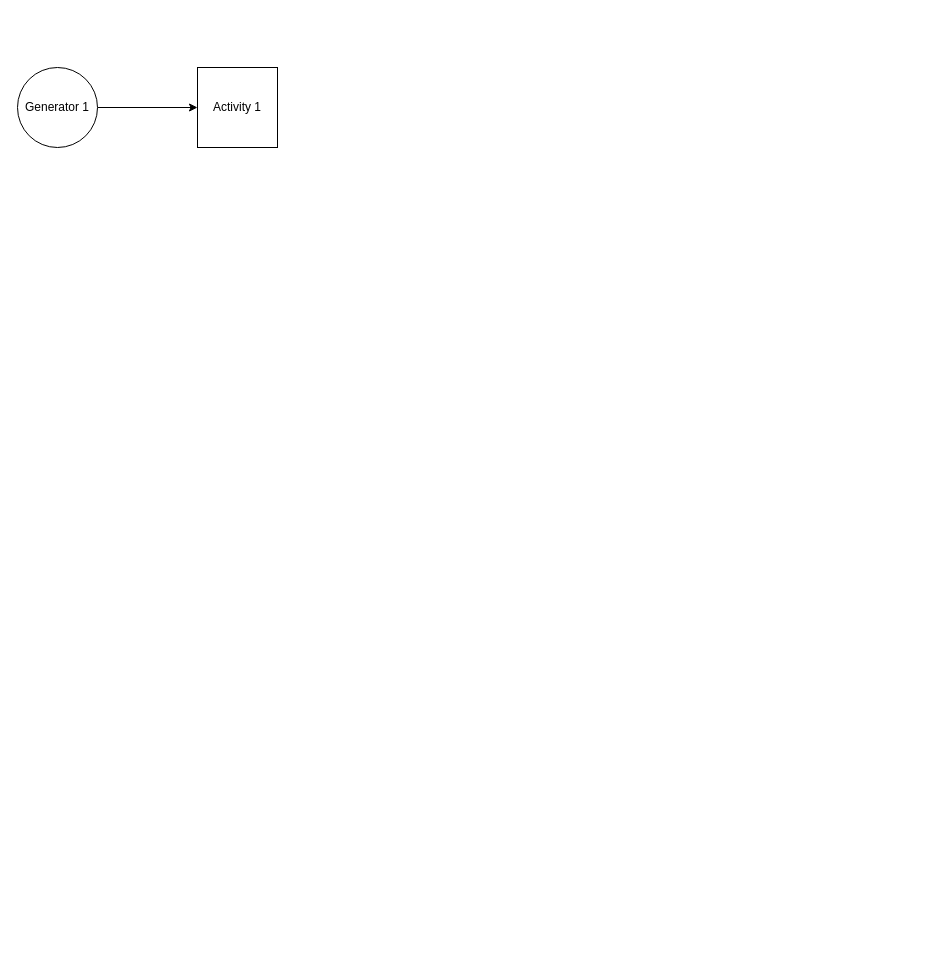
The draw.io diagram learn/getting-started/generator-activity/model.drawio in GreenShoesLLC/quodsi-examples, before the edit. Source tidied: cells renumbered, new cells numbered last; positions are measured from the earlier drawing's top-left corner, leaving out a move shared by most shapes. Both pictures are drawn from the tidied source at 100%, with x=0, y=0 at pixel (17, 67).
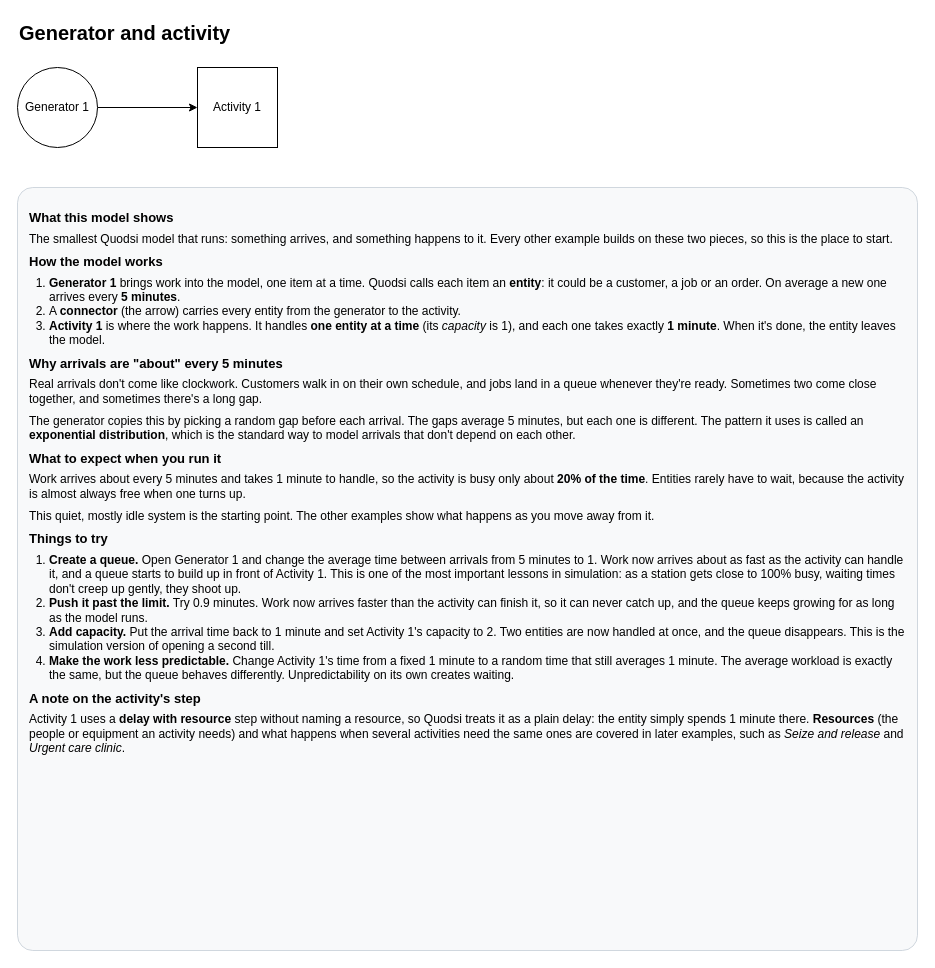
After the change.

The edit, as a diff of the source:
```diff
@@
 <mxGraphModel>
   <root>
     <mxCell id="0" />
     <mxCell id="1" parent="0" />
+    <mxCell id="5" value="Generator and activity" style="text;html=1;fontSize=20;fontStyle=1;align=left;verticalAlign=middle;" parent="1" vertex="1">
+      <mxGeometry y="-50" width="900" height="30" as="geometry" />
+    </mxCell>
+    <mxCell id="6" value="&lt;div style=&quot;font-size:13px;font-weight:bold;margin:6px 0 6px 0&quot;&gt;What this model shows&lt;/div&gt;&lt;p style=&quot;margin:0 0 8px 0&quot;&gt;The smallest Quodsi model that runs: something arrives, and something happens to it. Every other example builds on these two pieces, so this is the place to start.&lt;/p&gt;&lt;div style=&quot;font-size:13px;font-weight:bold;margin:6px 0 6px 0&quot;&gt;How the model works&lt;/div&gt;&lt;ol style=&quot;margin:0 0 8px 0;padding-left:20px&quot;&gt;&lt;li&gt;&lt;b&gt;Generator 1&lt;/b&gt; brings work into the model, one item at a time. Quodsi calls each item an &lt;b&gt;entity&lt;/b&gt;: it could be a customer, a job or an order. On average a new one arrives every &lt;b&gt;5 minutes&lt;/b&gt;.&lt;/li&gt;&lt;li&gt;A &lt;b&gt;connector&lt;/b&gt; (the arrow) carries every entity from the generator to the activity.&lt;/li&gt;&lt;li&gt;&lt;b&gt;Activity 1&lt;/b&gt; is where the work happens. It handles &lt;b&gt;one entity at a time&lt;/b&gt; (its &lt;i&gt;capacity&lt;/i&gt; is 1), and each one takes exactly &lt;b&gt;1 minute&lt;/b&gt;. When it's done, the entity leaves the model.&lt;/li&gt;&lt;/ol&gt;&lt;div style=&quot;font-size:13px;font-weight:bold;margin:6px 0 6px 0&quot;&gt;Why arrivals are &quot;about&quot; every 5 minutes&lt;/div&gt;&lt;p style=&quot;margin:0 0 8px 0&quot;&gt;Real arrivals don't come like clockwork. Customers walk in on their own schedule, and jobs land in a queue whenever they're ready. Sometimes two come close together, and sometimes there's a long gap.&lt;/p&gt;&lt;p style=&quot;margin:0 0 8px 0&quot;&gt;The generator copies this by picking a random gap before each arrival. The gaps average 5 minutes, but each one is different. The pattern it uses is called an &lt;b&gt;exponential distribution&lt;/b&gt;, which is the standard way to model arrivals that don't depend on each other.&lt;/p&gt;&lt;div style=&quot;font-size:13px;font-weight:bold;margin:6px 0 6px 0&quot;&gt;What to expect when you run it&lt;/div&gt;&lt;p style=&quot;margin:0 0 8px 0&quot;&gt;Work arrives about every 5 minutes and takes 1 minute to handle, so the activity is busy only about &lt;b&gt;20% of the time&lt;/b&gt;. Entities rarely have to wait, because the activity is almost always free when one turns up.&lt;/p&gt;&lt;p style=&quot;margin:0 0 8px 0&quot;&gt;This quiet, mostly idle system is the starting point. The other examples show what happens as you move away from it.&lt;/p&gt;&lt;div style=&quot;font-size:13px;font-weight:bold;margin:6px 0 6px 0&quot;&gt;Things to try&lt;/div&gt;&lt;ol style=&quot;margin:0 0 8px 0;padding-left:20px&quot;&gt;&lt;li&gt;&lt;b&gt;Create a queue.&lt;/b&gt; Open Generator 1 and change the average time between arrivals from 5 minutes to 1. Work now arrives about as fast as the activity can handle it, and a queue starts to build up in front of Activity 1. This is one of the most important lessons in simulation: as a station gets close to 100% busy, waiting times don't creep up gently, they shoot up.&lt;/li&gt;&lt;li&gt;&lt;b&gt;Push it past the limit.&lt;/b&gt; Try 0.9 minutes. Work now arrives faster than the activity can finish it, so it can never catch up, and the queue keeps growing for as long as the model runs.&lt;/li&gt;&lt;li&gt;&lt;b&gt;Add capacity.&lt;/b&gt; Put the arrival time back to 1 minute and set Activity 1's capacity to 2. Two entities are now handled at once, and the queue disappears. This is the simulation version of opening a second till.&lt;/li&gt;&lt;li&gt;&lt;b&gt;Make the work less predictable.&lt;/b&gt; Change Activity 1's time from a fixed 1 minute to a random time that still averages 1 minute. The average workload is exactly the same, but the queue behaves differently. Unpredictability on its own creates waiting.&lt;/li&gt;&lt;/ol&gt;&lt;div style=&quot;font-size:13px;font-weight:bold;margin:6px 0 6px 0&quot;&gt;A note on the activity's step&lt;/div&gt;&lt;p style=&quot;margin:0 0 8px 0&quot;&gt;Activity 1 uses a &lt;b&gt;delay with resource&lt;/b&gt; step without naming a resource, so Quodsi treats it as a plain delay: the entity simply spends 1 minute there. &lt;b&gt;Resources&lt;/b&gt; (the people or equipment an activity needs) and what happens when several activities need the same ones are covered in later examples, such as &lt;i&gt;Seize and release&lt;/i&gt; and &lt;i&gt;Urgent care clinic&lt;/i&gt;.&lt;/p&gt;" style="text;html=1;whiteSpace=wrap;align=left;verticalAlign=top;spacing=12;fontSize=12;fillColor=#F8F9FA;strokeColor=#D0D7DE;rounded=1;arcSize=2;" parent="1" vertex="1">
+      <mxGeometry y="120" width="900" height="763" as="geometry" />
+    </mxCell>
     <mxCell id="2" style="edgeStyle=orthogonalEdgeStyle;rounded=0;jettySize=auto;html=1;" parent="1" edge="1" source="3" target="4">
       <mxGeometry relative="1" as="geometry" />
     </mxCell>
     <mxCell id="3" value="Generator 1" style="ellipse;whiteSpace=wrap;html=1;" parent="1" vertex="1">
       <mxGeometry width="80" height="80" as="geometry" />
     </mxCell>
     <mxCell id="4" value="Activity 1" style="whiteSpace=wrap;html=1;" parent="1" vertex="1">
       <mxGeometry x="180" width="80" height="80" as="geometry" />
     </mxCell>
   </root>
 </mxGraphModel>
```
